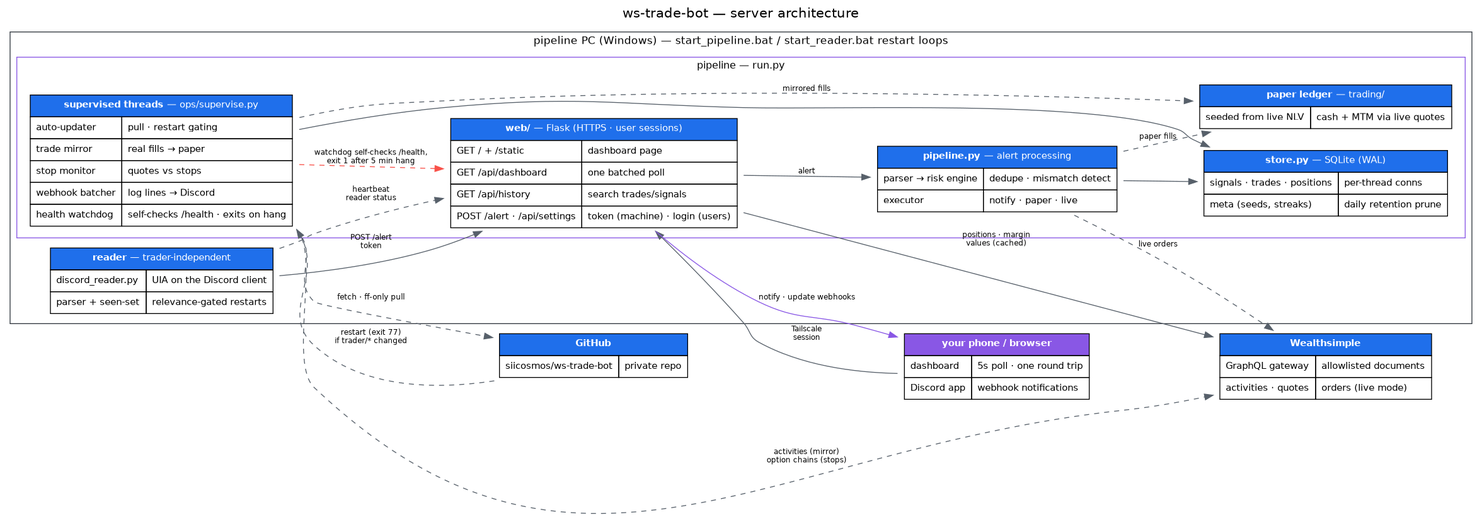
Above: docs/architecture.png in siicosmos/ws-trade-bot (Graphviz), before the change. Its source is kept beside it as docs/architecture.dot.
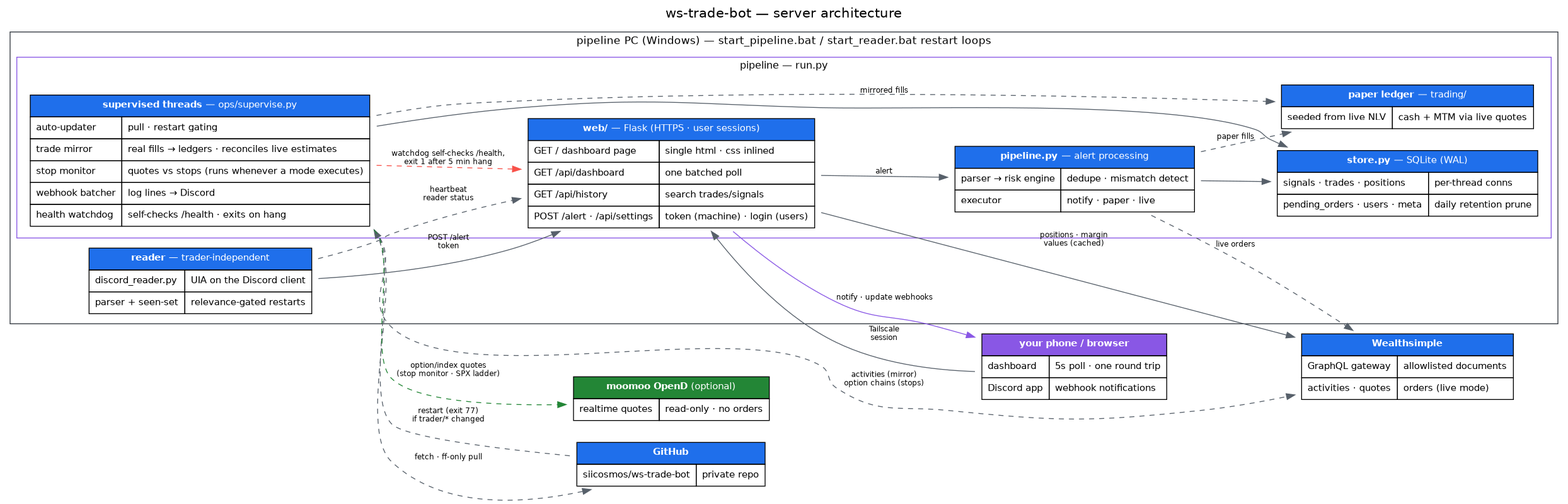
Later version of the same file.

Commit message:
Docs: technical README, live-readiness reference, refreshed diagrams

The edit, as a diff of the source:
```diff
@@ -24,6 +24,12 @@
       <TR><TD ALIGN="LEFT">activities · quotes</TD><TD ALIGN="LEFT">orders (live mode)</TD></TR>
     </TABLE>>];
 
+  moomoo [label=<
+    <TABLE BORDER="0" CELLBORDER="1" CELLSPACING="0" CELLPADDING="6" BGCOLOR="white">
+      <TR><TD BGCOLOR="#238636" COLSPAN="2"><FONT COLOR="white"><B>moomoo OpenD</B> (optional)</FONT></TD></TR>
+      <TR><TD ALIGN="LEFT">realtime quotes</TD><TD ALIGN="LEFT">read-only · no orders</TD></TR>
+    </TABLE>>];
+
   subgraph cluster_pc {
     label="pipeline PC (Windows) — start_pipeline.bat / start_reader.bat restart loops";
     fontsize=13;
@@ -44,7 +50,7 @@
       web [label=<
         <TABLE BORDER="0" CELLBORDER="1" CELLSPACING="0" CELLPADDING="6" BGCOLOR="white">
           <TR><TD BGCOLOR="#1f6feb" COLSPAN="2"><FONT COLOR="white"><B>web/</B> — Flask (HTTPS · user sessions)</FONT></TD></TR>
-          <TR><TD ALIGN="LEFT">GET / + /static</TD><TD ALIGN="LEFT">dashboard page</TD></TR>
+          <TR><TD ALIGN="LEFT">GET / dashboard page</TD><TD ALIGN="LEFT">single html · css inlined</TD></TR>
           <TR><TD ALIGN="LEFT">GET /api/dashboard</TD><TD ALIGN="LEFT">one batched poll</TD></TR>
           <TR><TD ALIGN="LEFT">GET /api/history</TD><TD ALIGN="LEFT">search trades/signals</TD></TR>
           <TR><TD ALIGN="LEFT">POST /alert · /api/settings</TD><TD ALIGN="LEFT">token (machine) · login (users)</TD></TR>
@@ -61,15 +67,15 @@
         <TABLE BORDER="0" CELLBORDER="1" CELLSPACING="0" CELLPADDING="6" BGCOLOR="white">
           <TR><TD BGCOLOR="#1f6feb" COLSPAN="2"><FONT COLOR="white"><B>store.py</B> — SQLite (WAL)</FONT></TD></TR>
           <TR><TD ALIGN="LEFT">signals · trades · positions</TD><TD ALIGN="LEFT">per-thread conns</TD></TR>
-          <TR><TD ALIGN="LEFT">meta (seeds, streaks)</TD><TD ALIGN="LEFT">daily retention prune</TD></TR>
+          <TR><TD ALIGN="LEFT">pending_orders · users · meta</TD><TD ALIGN="LEFT">daily retention prune</TD></TR>
         </TABLE>>];
 
       threads [label=<
         <TABLE BORDER="0" CELLBORDER="1" CELLSPACING="0" CELLPADDING="6" BGCOLOR="white">
           <TR><TD BGCOLOR="#1f6feb" COLSPAN="2"><FONT COLOR="white"><B>supervised threads</B> — ops/supervise.py</FONT></TD></TR>
           <TR><TD ALIGN="LEFT">auto-updater</TD><TD ALIGN="LEFT">pull · restart gating</TD></TR>
-          <TR><TD ALIGN="LEFT">trade mirror</TD><TD ALIGN="LEFT">real fills → paper</TD></TR>
-          <TR><TD ALIGN="LEFT">stop monitor</TD><TD ALIGN="LEFT">quotes vs stops</TD></TR>
+          <TR><TD ALIGN="LEFT">trade mirror</TD><TD ALIGN="LEFT">real fills → ledgers · reconciles live estimates</TD></TR>
+          <TR><TD ALIGN="LEFT">stop monitor</TD><TD ALIGN="LEFT">quotes vs stops (runs whenever a mode executes)</TD></TR>
           <TR><TD ALIGN="LEFT">webhook batcher</TD><TD ALIGN="LEFT">log lines → Discord</TD></TR>
           <TR><TD ALIGN="LEFT">health watchdog</TD><TD ALIGN="LEFT">self-checks /health · exits on hang</TD></TR>
         </TABLE>>];
@@ -92,6 +98,7 @@
   threads -> paper [label="mirrored fills", style=dashed];
   web -> ws [label="positions · margin\nvalues (cached)", dir=forward];
   threads -> ws [label="activities (mirror)\noption chains (stops)", style=dashed];
+  threads -> moomoo [label="option/index quotes\n(stop monitor · SPX ladder)", style=dashed, color="#238636"];
   proc -> ws [label="live orders", style=dashed];
   web -> phone [label="notify · update webhooks", color="#8957e5"];
   threads -> github [label="fetch · ff-only pull", style=dashed];
```
